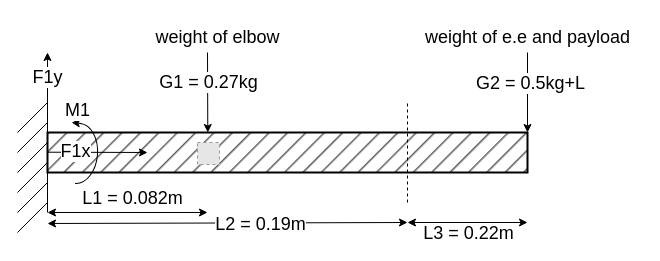
Earlier version of the draw.io diagram page "Page-3" (3 of 8) of Kretstegninger/FBD.drawio (DAwesomEL/BachelorProsjekt). Source tidied: cells renumbered, new cells numbered last; positions are measured from the earlier drawing's top-left corner, leaving out a move shared by most shapes. Both pictures are drawn from the tidied source at 100%, with x=0, y=0 at pixel (17, 17). Pictures stored in the file or linked from it are replaced by grey dashed boxes.
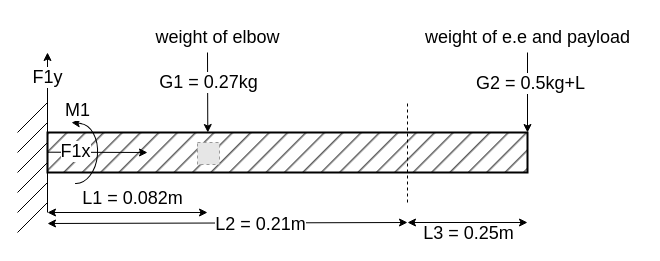
Above is the later version.

Unchanged cells that the change refers to:
```xml
<mxCell id="12" style="endArrow=classic;html=1;rounded=0;endFill=1;startArrow=classic;startFill=1;" parent="1" edge="1">
  <mxGeometry relative="1" as="geometry">
    <mxPoint x="30" y="206" as="sourcePoint" />
    <mxPoint x="390" y="205" as="targetPoint" />
  </mxGeometry>
</mxCell>
<mxCell id="29" style="endArrow=classic;startArrow=classic;html=1;rounded=0;" parent="1" edge="1">
  <mxGeometry relative="1" as="geometry">
    <mxPoint x="390" y="205" as="sourcePoint" />
    <mxPoint x="510" y="205" as="targetPoint" />
  </mxGeometry>
</mxCell>
```

The edit, as a diff of the source:
```diff
@@
-    <mxCell id="13" value="L2 = 0.19m" style="edgeLabel;html=1;align=center;verticalAlign=middle;fontSize=18;" parent="12" vertex="1">
+    <mxCell id="13" value="L2 = 0.21m" style="edgeLabel;html=1;align=center;verticalAlign=middle;fontSize=18;" parent="12" vertex="1">
       <mxGeometry x="-0.19" y="-1" relative="1" as="geometry">
         <mxPoint x="66" as="offset" />
       </mxGeometry>
     </mxCell>
@@
-    <mxCell id="30" value="L3 = 0.22m" style="edgeLabel;html=1;align=center;verticalAlign=middle;fontSize=18;" parent="29" vertex="1">
+    <mxCell id="30" value="L3 = 0.25m" style="edgeLabel;html=1;align=center;verticalAlign=middle;fontSize=18;" parent="29" vertex="1">
       <mxGeometry x="-0.21" relative="1" as="geometry">
         <mxPoint x="13" y="10" as="offset" />
       </mxGeometry>
     </mxCell>
```
